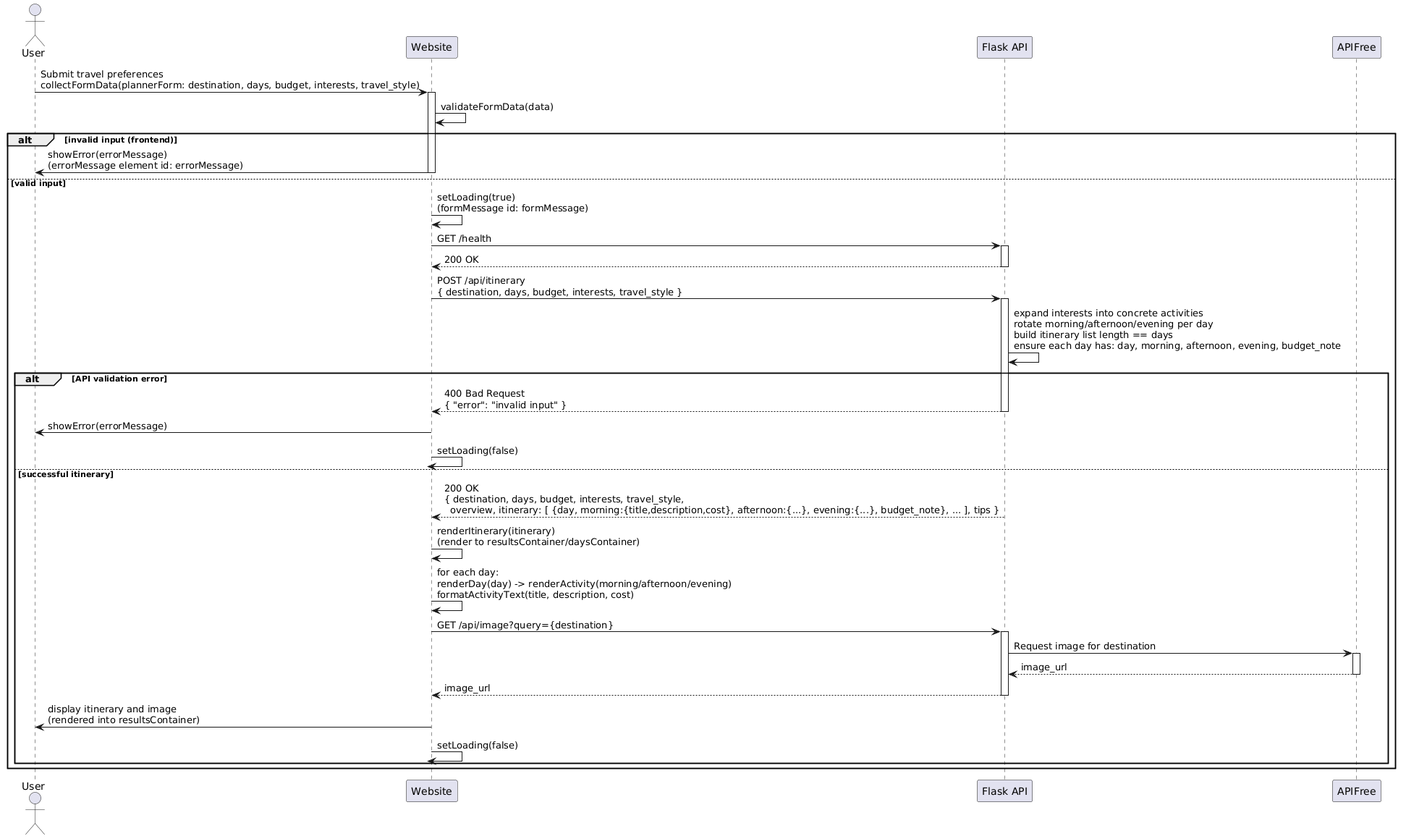
EasonYang0618/travel-planner-generator keeps this PlantUML diagram as Task1/artifacts/uml/sequence_diagram.png. Above is the earlier version.
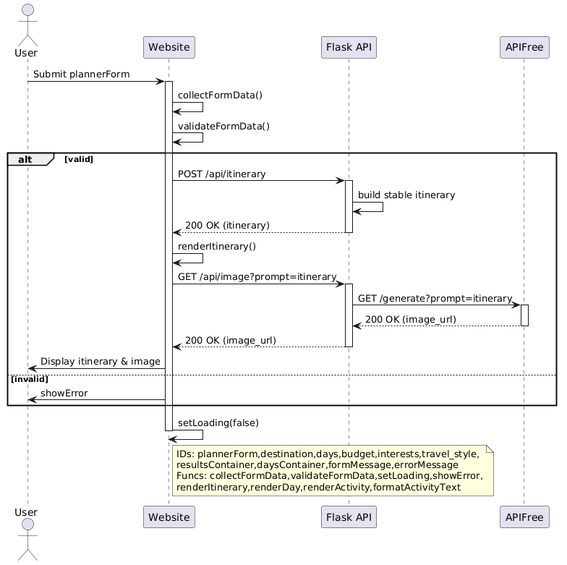
The same diagram one commit later.

The edit, as a diff of the source:
```diff
@@ -4,48 +4,36 @@
 participant "Flask API" as API
 participant APIFree
 
-User -> Website : Submit travel preferences\ncollectFormData(plannerForm: destination, days, budget, interests, travel_style)
+User -> Website: Submit plannerForm
 activate Website
+Website -> Website: collectFormData()
+Website -> Website: validateFormData()
+alt valid
+  Website -> API: POST /api/itinerary
+  activate API
+  API -> API: build stable itinerary
+  API --> Website: 200 OK (itinerary)
+  deactivate API
+  Website -> Website: renderItinerary()
+  Website -> API: GET /api/image?prompt=itinerary
+  activate API
+  API -> APIFree: GET /generate?prompt=itinerary
+  activate APIFree
+  APIFree --> API: 200 OK (image_url)
+  deactivate APIFree
+  API --> Website: 200 OK (image_url)
+  deactivate API
+  Website -> User: Display itinerary & image
+else invalid
+  Website -> User: showError
+end
+Website -> Website: setLoading(false)
+deactivate Website
 
-Website -> Website : validateFormData(data)
-alt invalid input (frontend)
-  Website -> User : showError(errorMessage)\n(errorMessage element id: errorMessage)
-  deactivate Website
-else valid input
-  Website -> Website : setLoading(true)\n(formMessage id: formMessage)
-  Website -> API : GET /health
-  activate API
-  API --> Website : 200 OK
-  deactivate API
-
-  Website -> API : POST /api/itinerary\n{ destination, days, budget, interests, travel_style }
-  activate API
-  API -> API : expand interests into concrete activities\nrotate morning/afternoon/evening per day\nbuild itinerary list length == days\nensure each day has: day, morning, afternoon, evening, budget_note
-  alt API validation error
-    API --> Website : 400 Bad Request\n{ "error": "invalid input" }
-    deactivate API
-
-    Website -> User : showError(errorMessage)
-    Website -> Website : setLoading(false)
-    deactivate Website
-  else successful itinerary
-    API --> Website : 200 OK\n{ destination, days, budget, interests, travel_style,\n  overview, itinerary: [ {day, morning:{title,description,cost}, afternoon:{...}, evening:{...}, budget_note}, ... ], tips }
-    deactivate API
-
-    Website -> Website : renderItinerary(itinerary)\n(render to resultsContainer/daysContainer)
-    Website -> Website : for each day:\nrenderDay(day) -> renderActivity(morning/afternoon/evening)\nformatActivityText(title, description, cost)
-    Website -> API : GET /api/image?query={destination}
-    activate API
-    API -> APIFree : Request image for destination
-    activate APIFree
-    APIFree --> API : image_url
-    deactivate APIFree
-    API --> Website : image_url
-    deactivate API
-
-    Website -> User : display itinerary and image\n(rendered into resultsContainer)
-    Website -> Website : setLoading(false)
-    deactivate Website
-  end
-end
+note right of Website
+IDs: plannerForm,destination,days,budget,interests,travel_style,
+resultsContainer,daysContainer,formMessage,errorMessage
+Funcs: collectFormData,validateFormData,setLoading,showError,
+renderItinerary,renderDay,renderActivity,formatActivityText
+end note
 @enduml
```
